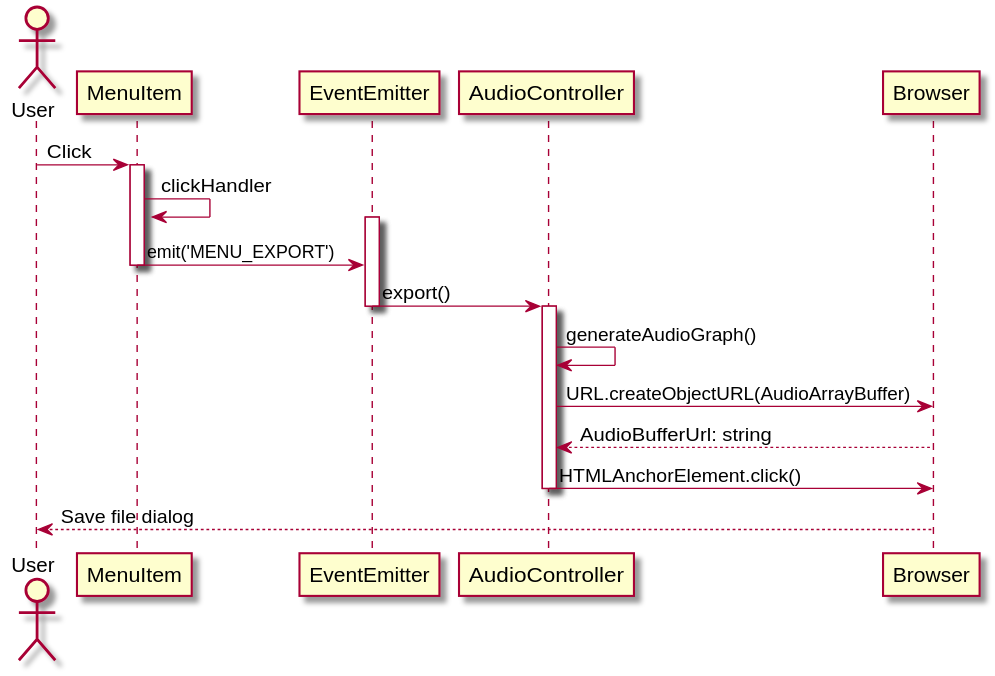
The PlantUML diagram out/sequence_diagram/export/export.svg in austudio-team/austudio-uml-graph, before a commit. The source it was exported from:
```plantuml
@startuml
actor User

User -> MenuItem: Click
activate MenuItem
MenuItem -> MenuItem: clickHandler
activate EventEmitter
MenuItem -> EventEmitter: emit('MENU_EXPORT')
deactivate MenuItem
EventEmitter -> AudioController: export()
deactivate EventEmitter
activate AudioController
AudioController -> AudioController: generateAudioGraph()
AudioController -> Browser: URL.createObjectURL(AudioArrayBuffer)
AudioController <-- Browser: AudioBufferUrl: string
AudioController -> Browser: HTMLAnchorElement.click()
deactivate AudioController
Browser --> User: Save file dialog
@enduml
```
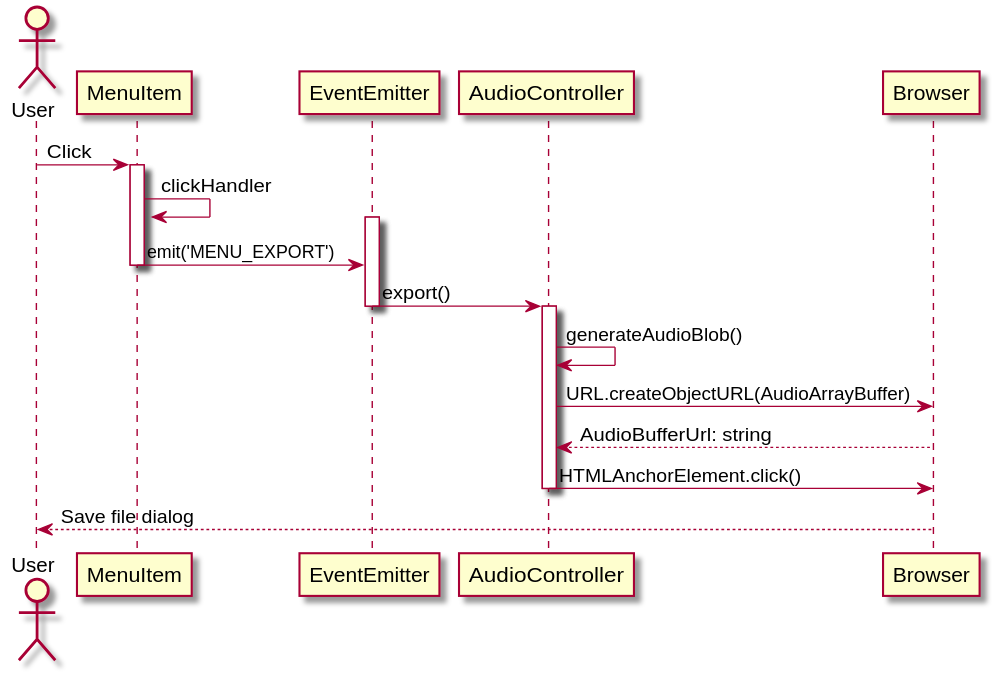
The same file after the commit.

Diff of the diagram source:
```diff
@@ -10,7 +10,7 @@
 EventEmitter -> AudioController: export()
 deactivate EventEmitter
 activate AudioController
-AudioController -> AudioController: generateAudioGraph()
+AudioController -> AudioController: generateAudioBlob()
 AudioController -> Browser: URL.createObjectURL(AudioArrayBuffer)
 AudioController <-- Browser: AudioBufferUrl: string
 AudioController -> Browser: HTMLAnchorElement.click()
```
